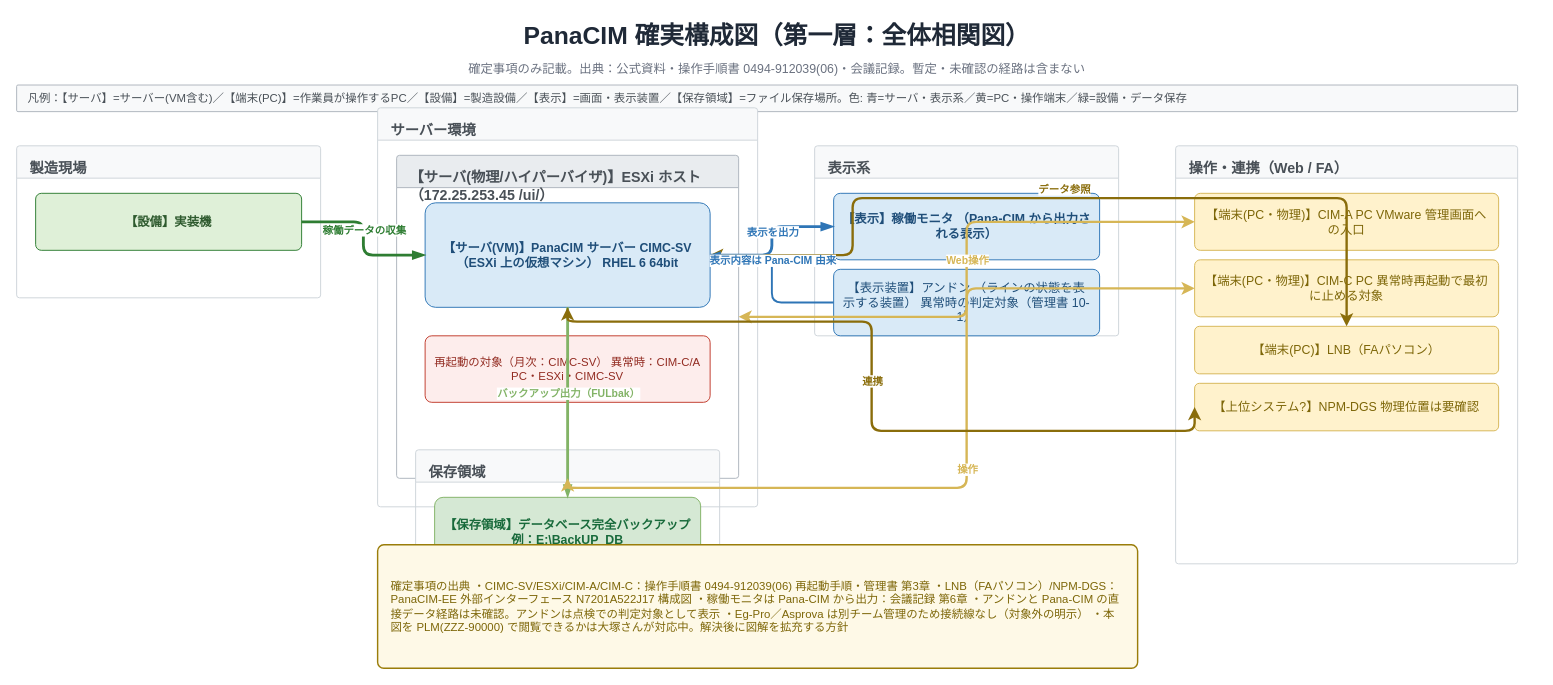
Before: page "第一層_全体相関図" (1 of 4) of workvault-sync/10_業務全般/PanaCIM_LNB/01_成果物/PanaCIM_LNB_確実構成図.drawio in nk-shino/work_vault, a draw.io diagram. Source tidied: cells renumbered, new cells numbered last; positions are measured from the earlier drawing's top-left corner, leaving out a move shared by most shapes. Both pictures are drawn from the tidied source at 95%, with x=0, y=0 at pixel (16, 16).
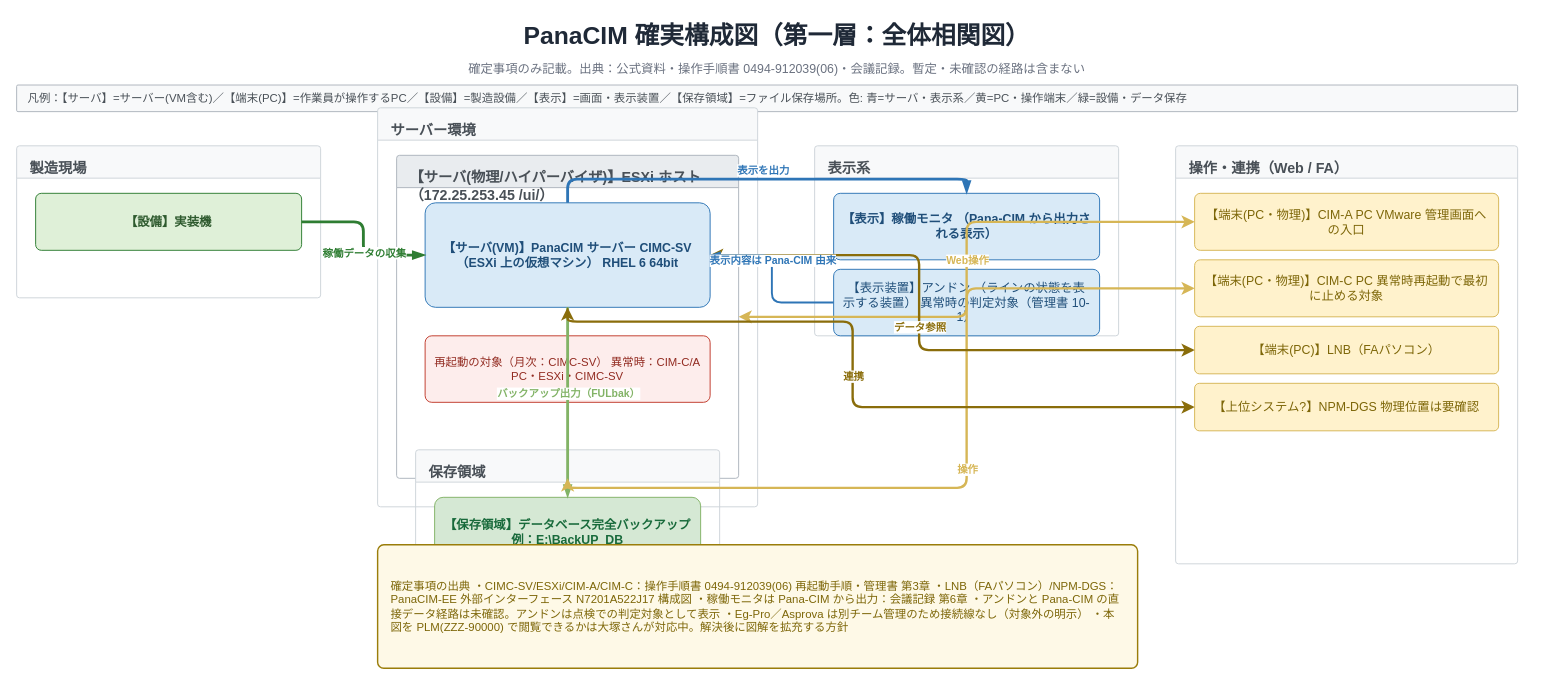
The same page after the edit.

The change refers to these unchanged cells:
```xml
<mxCell id="9" value="【サーバ(VM)】PanaCIM サーバー CIMC-SV（ESXi 上の仮想マシン） RHEL 6 64bit" style="rounded=1;whiteSpace=wrap;html=1;fontFamily=Meiryo;fillColor=#D9EAF7;strokeColor=#2E75B6;fontColor=#1F4E79;fontSize=13;fontStyle=1;arcSize=10;verticalAlign=middle;spacingLeft=8;spacingRight=8;spacingTop=4;spacingBottom=4;" parent="8" vertex="1">
  <mxGeometry x="30" y="50" width="300" height="110" as="geometry" />
</mxCell>
<mxCell id="12" value="【表示】稼働モニタ （Pana-CIM から出力される表示）" style="rounded=1;whiteSpace=wrap;html=1;fontFamily=Meiryo;fillColor=#D9EAF7;strokeColor=#2E75B6;fontColor=#1F4E79;fontSize=13;fontStyle=1;arcSize=10;verticalAlign=middle;spacingLeft=8;spacingRight=8;spacingTop=4;spacingBottom=4;" parent="11" vertex="1">
  <mxGeometry x="20" y="50" width="280" height="70" as="geometry" />
</mxCell>
<mxCell id="19" value="【端末(PC)】LNB（FAパソコン）" style="rounded=1;whiteSpace=wrap;html=1;fontFamily=Meiryo;fillColor=#FFF2CC;strokeColor=#D6B656;fontColor=#7D6608;fontSize=13;arcSize=10;verticalAlign=middle;spacingLeft=8;spacingRight=8;spacingTop=4;spacingBottom=4;" parent="16" vertex="1">
  <mxGeometry x="20" y="190" width="320" height="50" as="geometry" />
</mxCell>
<mxCell id="20" value="【上位システム?】NPM-DGS 物理位置は要確認" style="rounded=1;whiteSpace=wrap;html=1;fontFamily=Meiryo;fillColor=#FFF2CC;strokeColor=#D6B656;fontColor=#7D6608;fontSize=13;arcSize=10;verticalAlign=middle;spacingLeft=8;spacingRight=8;spacingTop=4;spacingBottom=4;" parent="16" vertex="1">
  <mxGeometry x="20" y="250" width="320" height="50" as="geometry" />
</mxCell>
<mxCell id="21" style="edgeStyle=orthogonalEdgeStyle;rounded=1;html=1;fontFamily=Meiryo;strokeColor=#2E7D32;strokeWidth=3;endArrow=blockThin;endFill=1;fontSize=11;labelBackgroundColor=#FFFFFF;exitX=1;exitY=0.5;entryX=0;entryY=0.5;exitDx=0;exitDy=0;entryDx=0;entryDy=0;" parent="1" edge="1" source="6" target="9">
  <mxGeometry relative="1" as="geometry" />
</mxCell>
```

The edit, as a diff of the source:
```diff
@@
     <mxCell id="22" value="稼働データの収集" style="edgeLabel;html=1;fontFamily=Meiryo;align=center;verticalAlign=middle;fontSize=11;fontColor=#2E7D32;labelBackgroundColor=#FFFFFF;fontStyle=1;" parent="21" vertex="1">
       <mxGeometry relative="1" as="geometry">
-        <mxPoint y="-10" as="offset" />
+        <mxPoint y="14" as="offset" />
       </mxGeometry>
     </mxCell>
-    <mxCell id="23" style="edgeStyle=orthogonalEdgeStyle;rounded=1;html=1;fontFamily=Meiryo;strokeColor=#2E75B6;strokeWidth=3;endArrow=blockThin;endFill=1;fontSize=11;labelBackgroundColor=#FFFFFF;exitX=1;exitY=0.5;entryX=0;entryY=0.5;exitDx=0;exitDy=0;entryDx=0;entryDy=0;" parent="1" edge="1" source="9" target="12">
-      <mxGeometry relative="1" as="geometry" />
+    <mxCell id="23" style="edgeStyle=orthogonalEdgeStyle;rounded=1;html=1;fontFamily=Meiryo;strokeColor=#2E75B6;strokeWidth=3;endArrow=blockThin;endFill=1;fontSize=11;labelBackgroundColor=#FFFFFF;exitX=0.5;exitY=0;entryX=0.5;entryY=0;exitDx=0;exitDy=0;entryDx=0;entryDy=0;" parent="1" edge="1" source="9" target="12">
+      <mxGeometry relative="1" as="geometry">
+        <Array as="points">
+          <mxPoint x="580" y="171" />
+          <mxPoint x="1000" y="171" />
+        </Array>
+      </mxGeometry>
     </mxCell>
@@
-    <mxCell id="31" style="edgeStyle=orthogonalEdgeStyle;rounded=1;html=1;fontFamily=Meiryo;strokeColor=#8A6D0B;strokeWidth=2.5;startArrow=classic;endArrow=classic;fontSize=11;labelBackgroundColor=#FFFFFF;exitX=0.5;exitY=0;entryX=1;entryY=0.5;exitDx=0;exitDy=0;entryDx=0;entryDy=0;" parent="1" edge="1" source="19" target="9">
+    <mxCell id="31" style="edgeStyle=orthogonalEdgeStyle;rounded=1;html=1;fontFamily=Meiryo;strokeColor=#8A6D0B;strokeWidth=2.5;startArrow=classic;endArrow=classic;fontSize=11;labelBackgroundColor=#FFFFFF;exitX=0;exitY=0.5;entryX=1;entryY=0.5;exitDx=0;exitDy=0;entryDx=0;entryDy=0;" parent="1" edge="1" source="19" target="9">
       <mxGeometry relative="1" as="geometry">
         <Array as="points">
-          <mxPoint x="1400" y="191" />
-          <mxPoint x="880" y="191" />
-          <mxPoint x="880" y="251" />
+          <mxPoint x="950" y="351" />
+          <mxPoint x="950" y="251" />
         </Array>
       </mxGeometry>
     </mxCell>
@@
     <mxCell id="33" style="edgeStyle=orthogonalEdgeStyle;rounded=1;html=1;fontFamily=Meiryo;strokeColor=#8A6D0B;strokeWidth=2.5;startArrow=classic;endArrow=classic;fontSize=11;labelBackgroundColor=#FFFFFF;exitX=0;exitY=0.5;entryX=0.5;entryY=1;exitDx=0;exitDy=0;entryDx=0;entryDy=0;" parent="1" edge="1" source="20" target="9">
       <mxGeometry relative="1" as="geometry">
         <Array as="points">
-          <mxPoint x="900" y="436" />
-          <mxPoint x="900" y="321" />
+          <mxPoint x="880" y="411" />
+          <mxPoint x="880" y="321" />
         </Array>
       </mxGeometry>
     </mxCell>
```
